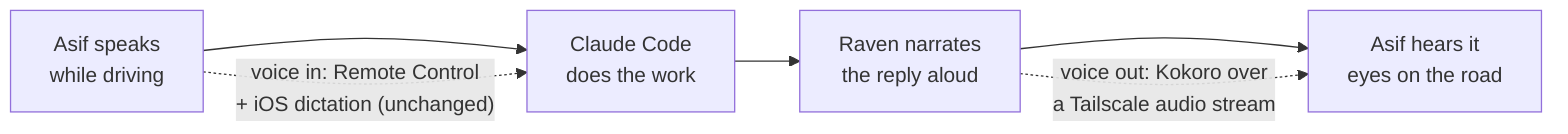
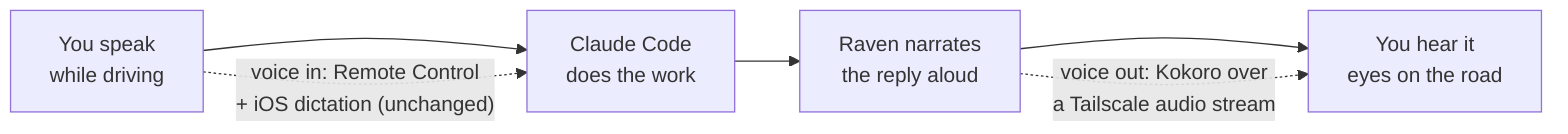
flowchart LR
-   A["Asif speaks<br/>while driving"]:::start --> B["Claude Code<br/>does the work"]
+   A["You speak<br/>while driving"]:::start --> B["Claude Code<br/>does the work"]
  B --> C["Raven narrates<br/>the reply aloud"]:::work
-   C --> D["Asif hears it<br/>eyes on the road"]:::done
+   C --> D["You hear it<br/>eyes on the road"]:::done
  A -. "voice in: Remote Control<br/>+ iOS dictation (unchanged)" .-> B
  C -. "voice out: Kokoro over<br/>a Tailscale audio stream" .-> D
